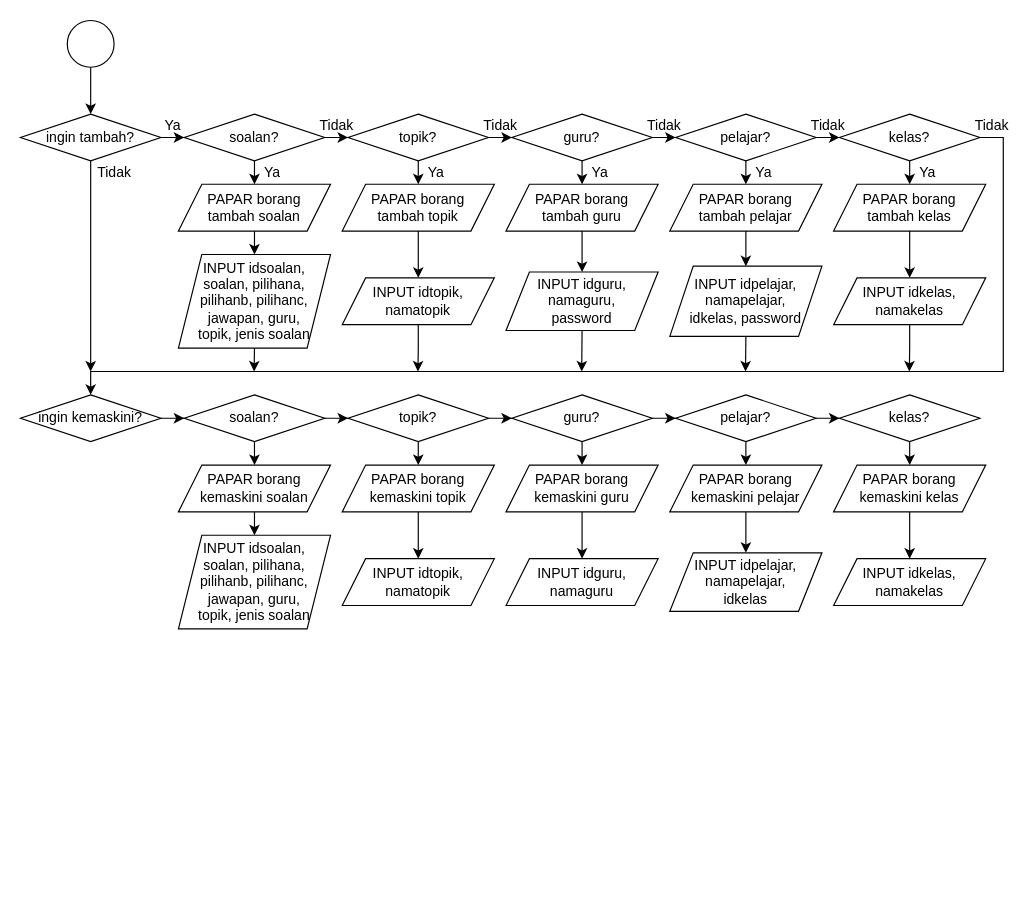
halouthere233/skkerjakursus2021private keeps this draw.io diagram as graphs/guru operations part 2.drawio. Above is the earlier version. Source tidied: cells renumbered, new cells numbered last; positions are measured from the earlier drawing's top-left corner, leaving out a move shared by most shapes. Both pictures are drawn from the tidied source at 117%, with x=0, y=0 at pixel (20, 20).
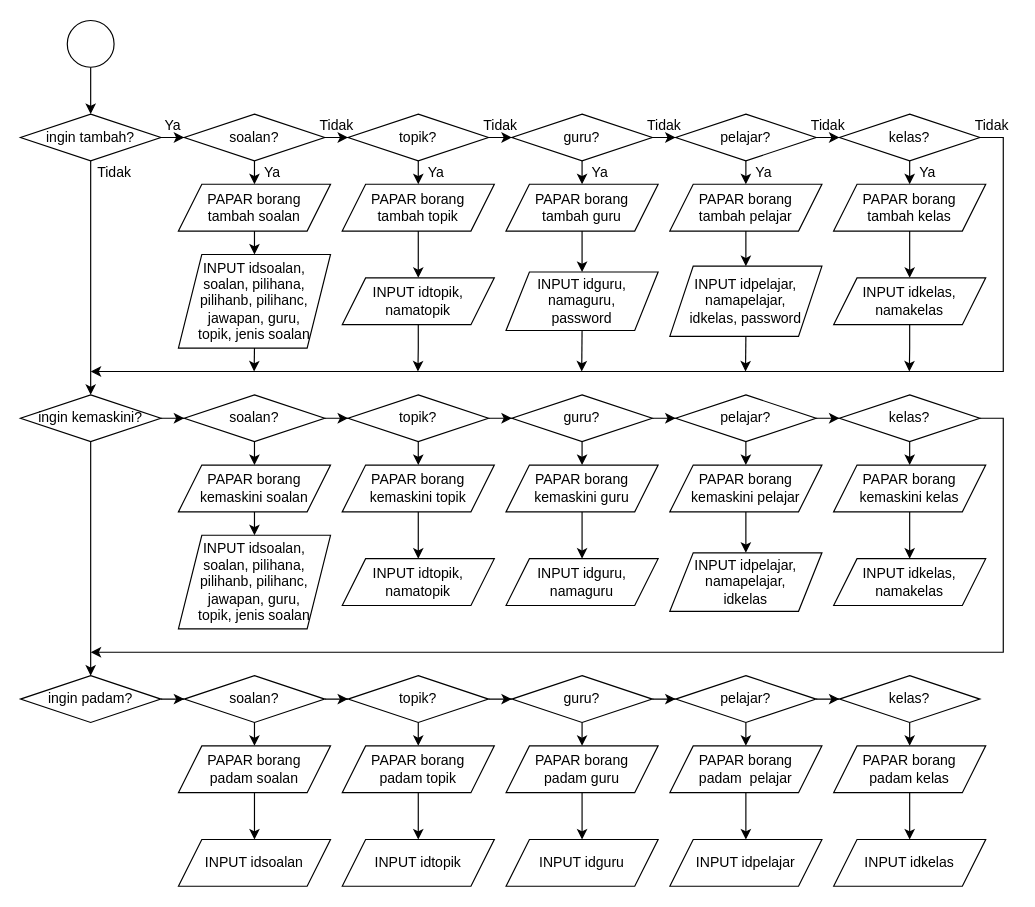
The same page after the edit.

The change refers to these unchanged cells:
```xml
<mxCell id="6" value="ingin tambah?" style="rhombus;whiteSpace=wrap;html=1;" parent="1" vertex="1">
  <mxGeometry y="80" width="120" height="40" as="geometry" />
</mxCell>
<mxCell id="21" value="kelas?" style="rhombus;whiteSpace=wrap;html=1;" parent="1" vertex="1">
  <mxGeometry x="700" y="80" width="120" height="40" as="geometry" />
</mxCell>
<mxCell id="43" value="ingin kemaskini?" style="rhombus;whiteSpace=wrap;html=1;" parent="1" vertex="1">
  <mxGeometry y="320" width="120" height="40" as="geometry" />
</mxCell>
<mxCell id="57" value="kelas?" style="rhombus;whiteSpace=wrap;html=1;" parent="1" vertex="1">
  <mxGeometry x="700" y="320" width="120" height="40" as="geometry" />
</mxCell>
```

Diff of the diagram source:
```diff
@@
-    <mxCell id="5" style="edgeStyle=orthogonalEdgeStyle;rounded=0;jettySize=auto;html=1;exitX=0.5;exitY=1;exitDx=0;exitDy=0;" parent="1" edge="1" source="6">
-      <mxGeometry relative="1" as="geometry">
-        <mxPoint x="60" y="300" as="targetPoint" />
-      </mxGeometry>
+    <mxCell id="5" style="edgeStyle=orthogonalEdgeStyle;rounded=0;jettySize=auto;html=1;exitX=0.5;exitY=1;exitDx=0;exitDy=0;entryX=0.5;entryY=0;entryDx=0;entryDy=0;" parent="1" edge="1" source="6" target="43">
+      <mxGeometry relative="1" as="geometry" />
     </mxCell>
@@
-    <mxCell id="20" style="edgeStyle=orthogonalEdgeStyle;rounded=0;jettySize=auto;html=1;exitX=1;exitY=0.5;exitDx=0;exitDy=0;entryX=0.5;entryY=0;entryDx=0;entryDy=0;" parent="1" edge="1" source="21" target="43">
+    <mxCell id="20" style="edgeStyle=orthogonalEdgeStyle;rounded=0;jettySize=auto;html=1;exitX=1;exitY=0.5;exitDx=0;exitDy=0;" parent="1" edge="1" source="21">
       <mxGeometry relative="1" as="geometry">
+        <mxPoint x="60" y="300" as="targetPoint" />
         <Array as="points">
           <mxPoint x="840" y="100" />
           <mxPoint x="840" y="300" />
-          <mxPoint x="60" y="300" />
         </Array>
       </mxGeometry>
     </mxCell>
@@
+    <mxCell id="85" style="edgeStyle=orthogonalEdgeStyle;rounded=0;jettySize=auto;html=1;entryX=0.5;entryY=0;entryDx=0;entryDy=0;" parent="1" edge="1" source="43" target="88">
+      <mxGeometry relative="1" as="geometry" />
+    </mxCell>
@@
+    <mxCell id="86" style="edgeStyle=orthogonalEdgeStyle;rounded=0;jettySize=auto;html=1;exitX=1;exitY=0.5;exitDx=0;exitDy=0;" parent="1" edge="1" source="57">
+      <mxGeometry relative="1" as="geometry">
+        <mxPoint x="60" y="540" as="targetPoint" />
+        <Array as="points">
+          <mxPoint x="840" y="340" />
+          <mxPoint x="840" y="540" />
+        </Array>
+      </mxGeometry>
+    </mxCell>
@@
+    <mxCell id="87" style="edgeStyle=orthogonalEdgeStyle;rounded=0;jettySize=auto;html=1;" parent="1" edge="1" source="88" target="91">
+      <mxGeometry relative="1" as="geometry" />
+    </mxCell>
+    <mxCell id="88" value="ingin padam?" style="rhombus;whiteSpace=wrap;html=1;" parent="1" vertex="1">
+      <mxGeometry y="560" width="120" height="40" as="geometry" />
+    </mxCell>
+    <mxCell id="89" style="edgeStyle=orthogonalEdgeStyle;rounded=0;jettySize=auto;html=1;" parent="1" edge="1" source="91" target="94">
+      <mxGeometry relative="1" as="geometry" />
+    </mxCell>
+    <mxCell id="90" style="edgeStyle=orthogonalEdgeStyle;rounded=0;jettySize=auto;html=1;exitX=0.5;exitY=1;exitDx=0;exitDy=0;entryX=0.5;entryY=0;entryDx=0;entryDy=0;" parent="1" edge="1" source="91" target="104">
+      <mxGeometry relative="1" as="geometry" />
+    </mxCell>
+    <mxCell id="91" value="soalan?" style="rhombus;whiteSpace=wrap;html=1;" parent="1" vertex="1">
+      <mxGeometry x="140" y="560" width="120" height="40" as="geometry" />
+    </mxCell>
+    <mxCell id="92" style="edgeStyle=orthogonalEdgeStyle;rounded=0;jettySize=auto;html=1;" parent="1" edge="1" source="94" target="97">
+      <mxGeometry relative="1" as="geometry" />
+    </mxCell>
+    <mxCell id="93" style="edgeStyle=orthogonalEdgeStyle;rounded=0;jettySize=auto;html=1;exitX=0.5;exitY=1;exitDx=0;exitDy=0;entryX=0.5;entryY=0;entryDx=0;entryDy=0;" parent="1" edge="1" source="94" target="106">
+      <mxGeometry relative="1" as="geometry" />
+    </mxCell>
+    <mxCell id="94" value="topik?" style="rhombus;whiteSpace=wrap;html=1;" parent="1" vertex="1">
+      <mxGeometry x="280" y="560" width="120" height="40" as="geometry" />
+    </mxCell>
+    <mxCell id="95" style="edgeStyle=orthogonalEdgeStyle;rounded=0;jettySize=auto;html=1;" parent="1" edge="1" source="97" target="100">
+      <mxGeometry relative="1" as="geometry" />
+    </mxCell>
+    <mxCell id="96" style="edgeStyle=orthogonalEdgeStyle;rounded=0;jettySize=auto;html=1;exitX=0.5;exitY=1;exitDx=0;exitDy=0;entryX=0.5;entryY=0;entryDx=0;entryDy=0;" parent="1" edge="1" source="97" target="108">
+      <mxGeometry relative="1" as="geometry" />
+    </mxCell>
+    <mxCell id="97" value="guru?" style="rhombus;whiteSpace=wrap;html=1;" parent="1" vertex="1">
+      <mxGeometry x="420" y="560" width="120" height="40" as="geometry" />
+    </mxCell>
+    <mxCell id="98" style="edgeStyle=orthogonalEdgeStyle;rounded=0;jettySize=auto;html=1;" parent="1" edge="1" source="100" target="102">
+      <mxGeometry relative="1" as="geometry" />
+    </mxCell>
+    <mxCell id="99" style="edgeStyle=orthogonalEdgeStyle;rounded=0;jettySize=auto;html=1;exitX=0.5;exitY=1;exitDx=0;exitDy=0;entryX=0.5;entryY=0;entryDx=0;entryDy=0;" parent="1" edge="1" source="100" target="110">
+      <mxGeometry relative="1" as="geometry" />
+    </mxCell>
+    <mxCell id="100" value="pelajar?" style="rhombus;whiteSpace=wrap;html=1;" parent="1" vertex="1">
+      <mxGeometry x="560" y="560" width="120" height="40" as="geometry" />
+    </mxCell>
+    <mxCell id="101" style="edgeStyle=orthogonalEdgeStyle;rounded=0;jettySize=auto;html=1;exitX=0.5;exitY=1;exitDx=0;exitDy=0;entryX=0.5;entryY=0;entryDx=0;entryDy=0;" parent="1" edge="1" source="102" target="112">
+      <mxGeometry relative="1" as="geometry" />
+    </mxCell>
+    <mxCell id="102" value="kelas?" style="rhombus;whiteSpace=wrap;html=1;" parent="1" vertex="1">
+      <mxGeometry x="700" y="560" width="120" height="40" as="geometry" />
+    </mxCell>
+    <mxCell id="103" style="edgeStyle=orthogonalEdgeStyle;rounded=0;jettySize=auto;html=1;exitX=0.5;exitY=1;exitDx=0;exitDy=0;entryX=0.5;entryY=0;entryDx=0;entryDy=0;" parent="1" edge="1" source="104" target="113">
+      <mxGeometry relative="1" as="geometry" />
+    </mxCell>
+    <mxCell id="104" value="PAPAR borang&lt;br&gt;padam soalan" style="shape=parallelogram;perimeter=parallelogramPerimeter;whiteSpace=wrap;html=1;fixedSize=1;" parent="1" vertex="1">
+      <mxGeometry x="135" y="620" width="130" height="40" as="geometry" />
+    </mxCell>
+    <mxCell id="105" style="edgeStyle=orthogonalEdgeStyle;rounded=0;jettySize=auto;html=1;" parent="1" edge="1" source="106" target="114">
+      <mxGeometry relative="1" as="geometry" />
+    </mxCell>
+    <mxCell id="106" value="PAPAR borang padam&amp;nbsp;topik" style="shape=parallelogram;perimeter=parallelogramPerimeter;whiteSpace=wrap;html=1;fixedSize=1;" parent="1" vertex="1">
+      <mxGeometry x="275" y="620" width="130" height="40" as="geometry" />
+    </mxCell>
+    <mxCell id="107" style="edgeStyle=orthogonalEdgeStyle;rounded=0;jettySize=auto;html=1;" parent="1" edge="1" source="108" target="115">
+      <mxGeometry relative="1" as="geometry" />
+    </mxCell>
+    <mxCell id="108" value="PAPAR borang padam&amp;nbsp;guru" style="shape=parallelogram;perimeter=parallelogramPerimeter;whiteSpace=wrap;html=1;fixedSize=1;" parent="1" vertex="1">
+      <mxGeometry x="415" y="620" width="130" height="40" as="geometry" />
+    </mxCell>
+    <mxCell id="109" style="edgeStyle=orthogonalEdgeStyle;rounded=0;jettySize=auto;html=1;" parent="1" edge="1" source="110" target="116">
+      <mxGeometry relative="1" as="geometry" />
+    </mxCell>
+    <mxCell id="110" value="PAPAR borang padam&amp;nbsp;&amp;nbsp;pelajar" style="shape=parallelogram;perimeter=parallelogramPerimeter;whiteSpace=wrap;html=1;fixedSize=1;" parent="1" vertex="1">
+      <mxGeometry x="555" y="620" width="130" height="40" as="geometry" />
+    </mxCell>
+    <mxCell id="111" style="edgeStyle=orthogonalEdgeStyle;rounded=0;jettySize=auto;html=1;" parent="1" edge="1" source="112" target="117">
+      <mxGeometry relative="1" as="geometry" />
+    </mxCell>
+    <mxCell id="112" value="PAPAR borang padam&amp;nbsp;kelas" style="shape=parallelogram;perimeter=parallelogramPerimeter;whiteSpace=wrap;html=1;fixedSize=1;" parent="1" vertex="1">
+      <mxGeometry x="695" y="620" width="130" height="40" as="geometry" />
+    </mxCell>
+    <mxCell id="113" value="INPUT idsoalan" style="shape=parallelogram;perimeter=parallelogramPerimeter;whiteSpace=wrap;html=1;fixedSize=1;" parent="1" vertex="1">
+      <mxGeometry x="135" y="700" width="130" height="40" as="geometry" />
+    </mxCell>
+    <mxCell id="114" value="INPUT idtopik" style="shape=parallelogram;perimeter=parallelogramPerimeter;whiteSpace=wrap;html=1;fixedSize=1;" parent="1" vertex="1">
+      <mxGeometry x="275" y="700" width="130" height="40" as="geometry" />
+    </mxCell>
+    <mxCell id="115" value="INPUT idguru" style="shape=parallelogram;perimeter=parallelogramPerimeter;whiteSpace=wrap;html=1;fixedSize=1;" parent="1" vertex="1">
+      <mxGeometry x="415" y="700" width="130" height="40" as="geometry" />
+    </mxCell>
+    <mxCell id="116" value="INPUT idpelajar" style="shape=parallelogram;perimeter=parallelogramPerimeter;whiteSpace=wrap;html=1;fixedSize=1;" parent="1" vertex="1">
+      <mxGeometry x="555" y="700" width="130" height="40" as="geometry" />
+    </mxCell>
+    <mxCell id="117" value="INPUT idkelas" style="shape=parallelogram;perimeter=parallelogramPerimeter;whiteSpace=wrap;html=1;fixedSize=1;" parent="1" vertex="1">
+      <mxGeometry x="695" y="700" width="130" height="40" as="geometry" />
+    </mxCell>
```
